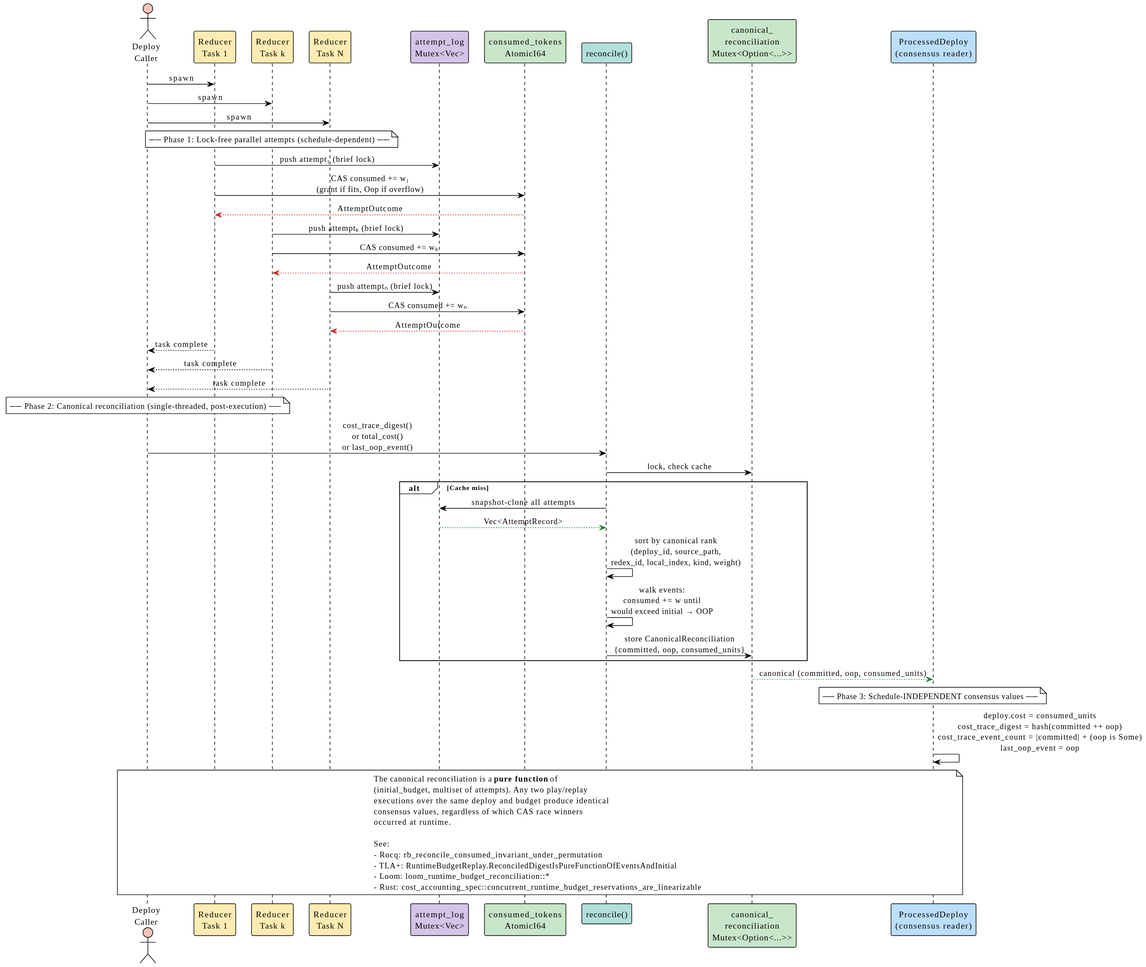
F1R3FLY-io/f1r3node-rust keeps this PlantUML diagram as docs/theory/diagrams/option-e-reconciliation.svg. Above is the earlier version.
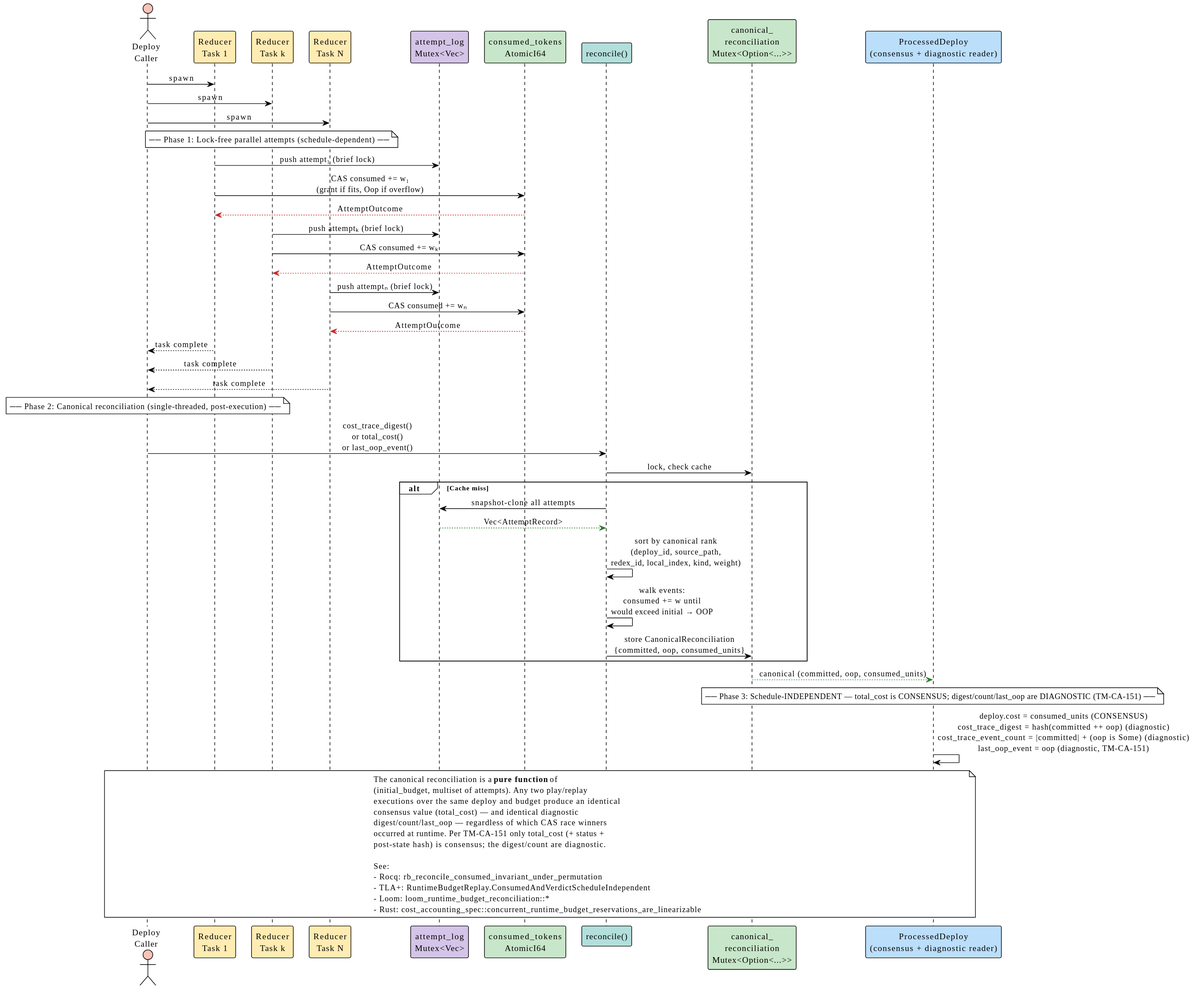
Above is the later version.

Diff of the diagram source:
```diff
@@ -14,7 +14,7 @@
 participant "consumed_tokens\nAtomicI64" as Counter #C8E6C9
 participant "reconcile()" as Reconcile #B2DFDB
 participant "canonical_\nreconciliation\nMutex<Option<...>>" as Cache #C8E6C9
-participant "ProcessedDeploy\n(consensus reader)" as Consensus #BBDEFB
+participant "ProcessedDeploy\n(consensus + diagnostic reader)" as Consensus #BBDEFB
 
 Caller -> T1: spawn
 Caller -> Tk: spawn
@@ -51,20 +51,22 @@
 end
 Cache -[#2E7D32]-> Consensus: canonical (committed, oop, consumed_units)
 
-note over Consensus: ── Phase 3: Schedule-INDEPENDENT consensus values ──
+note over Consensus: ── Phase 3: Schedule-INDEPENDENT — total_cost is CONSENSUS; digest/count/last_oop are DIAGNOSTIC (TM-CA-151) ──
 
-Consensus -> Consensus: deploy.cost = consumed_units\ncost_trace_digest = hash(committed ++ oop)\ncost_trace_event_count = |committed| + (oop is Some)\nlast_oop_event = oop
+Consensus -> Consensus: deploy.cost = consumed_units  (CONSENSUS)\ncost_trace_digest = hash(committed ++ oop)  (diagnostic)\ncost_trace_event_count = |committed| + (oop is Some)  (diagnostic)\nlast_oop_event = oop  (diagnostic, TM-CA-151)
 
 note over Caller, Consensus
   The canonical reconciliation is a **pure function** of
   (initial_budget, multiset of attempts). Any two play/replay
-  executions over the same deploy and budget produce identical
-  consensus values, regardless of which CAS race winners
-  occurred at runtime.
+  executions over the same deploy and budget produce an identical
+  consensus value (total_cost) — and identical diagnostic
+  digest/count/last_oop — regardless of which CAS race winners
+  occurred at runtime. Per TM-CA-151 only total_cost (+ status +
+  post-state hash) is consensus; the digest/count are diagnostic.
 
   See:
   - Rocq: rb_reconcile_consumed_invariant_under_permutation
-  - TLA+: RuntimeBudgetReplay.ReconciledDigestIsPureFunctionOfEventsAndInitial
+  - TLA+: RuntimeBudgetReplay.ConsumedAndVerdictScheduleIndependent
   - Loom: loom_runtime_budget_reconciliation::*
   - Rust: cost_accounting_spec::concurrent_runtime_budget_reservations_are_linearizable
 end note
```
